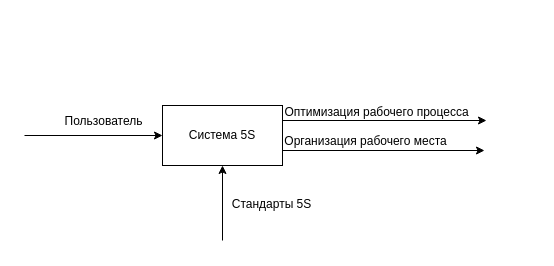
The draw.io diagram page "A0" (2 of 5) of курсач.drawio in Vlad-Efremovv/kursach, before the edit. Source tidied: cells renumbered, new cells numbered last; positions are measured from the earlier drawing's top-left corner, leaving out a move shared by most shapes. Both pictures are drawn from the tidied source at 100%, with x=0, y=0 at pixel (24, 99).
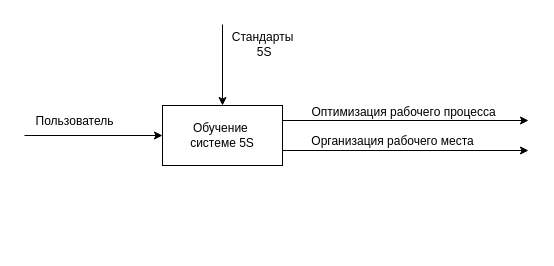
The same diagram, later.

Change to the diagram source:
```diff
@@
 <mxGraphModel>
   <root>
     <mxCell id="0" />
     <mxCell id="1" parent="0" />
-    <mxCell id="2" value="Система 5S" style="rounded=0;whiteSpace=wrap;html=1;" parent="1" vertex="1">
+    <mxCell id="2" value="Обучение&amp;nbsp;&lt;div&gt;системе 5S&lt;/div&gt;" style="rounded=0;whiteSpace=wrap;html=1;" parent="1" vertex="1">
       <mxGeometry x="138" y="6" width="120" height="60" as="geometry" />
     </mxCell>
     <mxCell id="3" style="endArrow=classic;html=1;rounded=0;entryX=0;entryY=0.5;entryDx=0;entryDy=0;" parent="1" edge="1" target="2">
       <mxGeometry relative="1" as="geometry">
         <mxPoint y="36" as="sourcePoint" />
       </mxGeometry>
     </mxCell>
     <mxCell id="4" value="Пользователь" style="text;html=1;align=center;verticalAlign=middle;strokeColor=none;fillColor=none;" parent="1" vertex="1">
-      <mxGeometry x="31" y="9" width="96" height="26" as="geometry" />
+      <mxGeometry x="2" y="9" width="96" height="26" as="geometry" />
     </mxCell>
-    <mxCell id="5" value="Стандарты 5S" style="text;html=1;align=center;verticalAlign=middle;strokeColor=none;fillColor=none;" parent="1" vertex="1">
-      <mxGeometry x="198" y="92" width="98" height="26" as="geometry" />
+    <mxCell id="5" value="Стандарты&lt;div&gt;&amp;nbsp;5S&lt;/div&gt;" style="text;html=1;align=center;verticalAlign=middle;strokeColor=none;fillColor=none;" parent="1" vertex="1">
+      <mxGeometry x="198" y="-76" width="80" height="41" as="geometry" />
     </mxCell>
-    <mxCell id="6" style="endArrow=classic;html=1;rounded=0;entryX=0.5;entryY=1;entryDx=0;entryDy=0;" parent="1" edge="1" target="2">
+    <mxCell id="6" style="endArrow=classic;html=1;rounded=0;entryX=0.5;entryY=0;entryDx=0;entryDy=0;" parent="1" edge="1" target="2">
       <mxGeometry relative="1" as="geometry">
-        <mxPoint x="198" y="141" as="sourcePoint" />
+        <mxPoint x="198" y="-75" as="sourcePoint" />
       </mxGeometry>
     </mxCell>
     <mxCell id="7" style="endArrow=classic;html=1;rounded=0;exitX=1;exitY=0.25;exitDx=0;exitDy=0;" parent="1" edge="1" source="2">
       <mxGeometry relative="1" as="geometry">
-        <mxPoint x="462" y="21" as="targetPoint" />
+        <mxPoint x="504" y="21" as="targetPoint" />
       </mxGeometry>
     </mxCell>
     <mxCell id="8" value="Оптимизация рабочего процесса" style="text;html=1;align=center;verticalAlign=middle;strokeColor=none;fillColor=none;" parent="1" vertex="1">
-      <mxGeometry x="251" width="202" height="26" as="geometry" />
+      <mxGeometry x="278" width="202" height="26" as="geometry" />
     </mxCell>
     <mxCell id="9" style="endArrow=classic;html=1;rounded=0;exitX=1;exitY=0.75;exitDx=0;exitDy=0;" parent="1" edge="1" source="2">
       <mxGeometry relative="1" as="geometry">
-        <mxPoint x="460" y="51" as="targetPoint" />
+        <mxPoint x="504" y="51" as="targetPoint" />
       </mxGeometry>
     </mxCell>
     <mxCell id="10" value="Организация рабочего места" style="text;html=1;align=center;verticalAlign=middle;strokeColor=none;fillColor=none;" parent="1" vertex="1">
-      <mxGeometry x="251" y="29" width="180" height="26" as="geometry" />
+      <mxGeometry x="278" y="29" width="180" height="26" as="geometry" />
     </mxCell>
   </root>
 </mxGraphModel>
```
